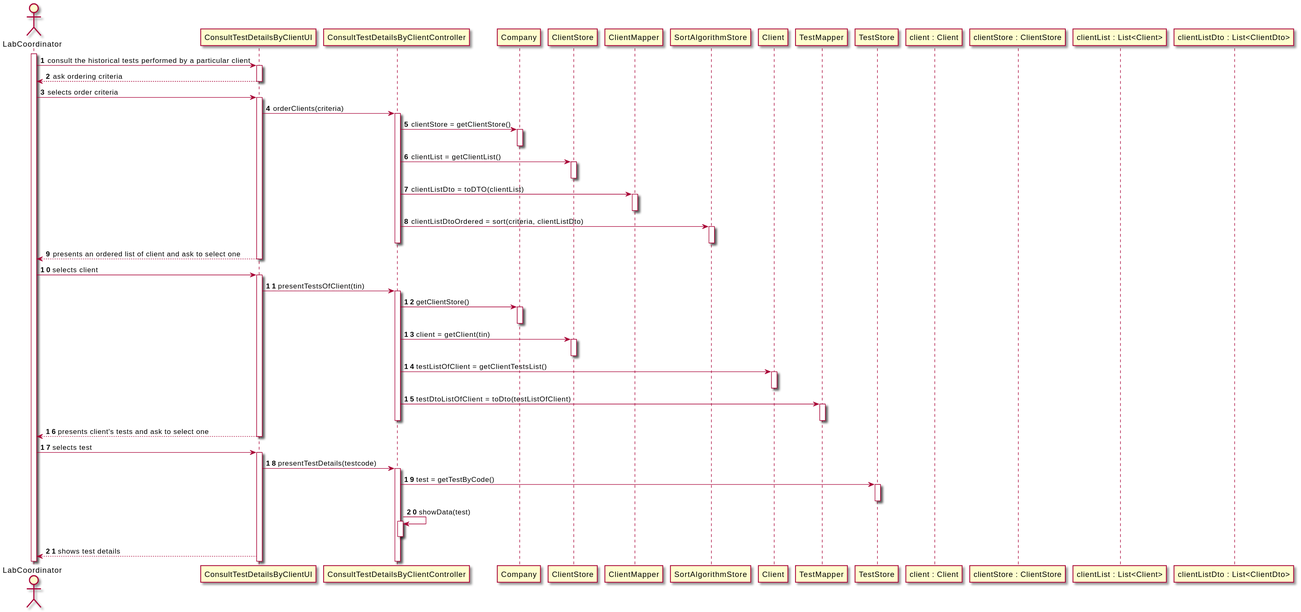
Before: docs/SprintD/US13/US13_SD.svg, a diagram exported from PlantUML (0franciscor/lei-21-s2-1de-g19).
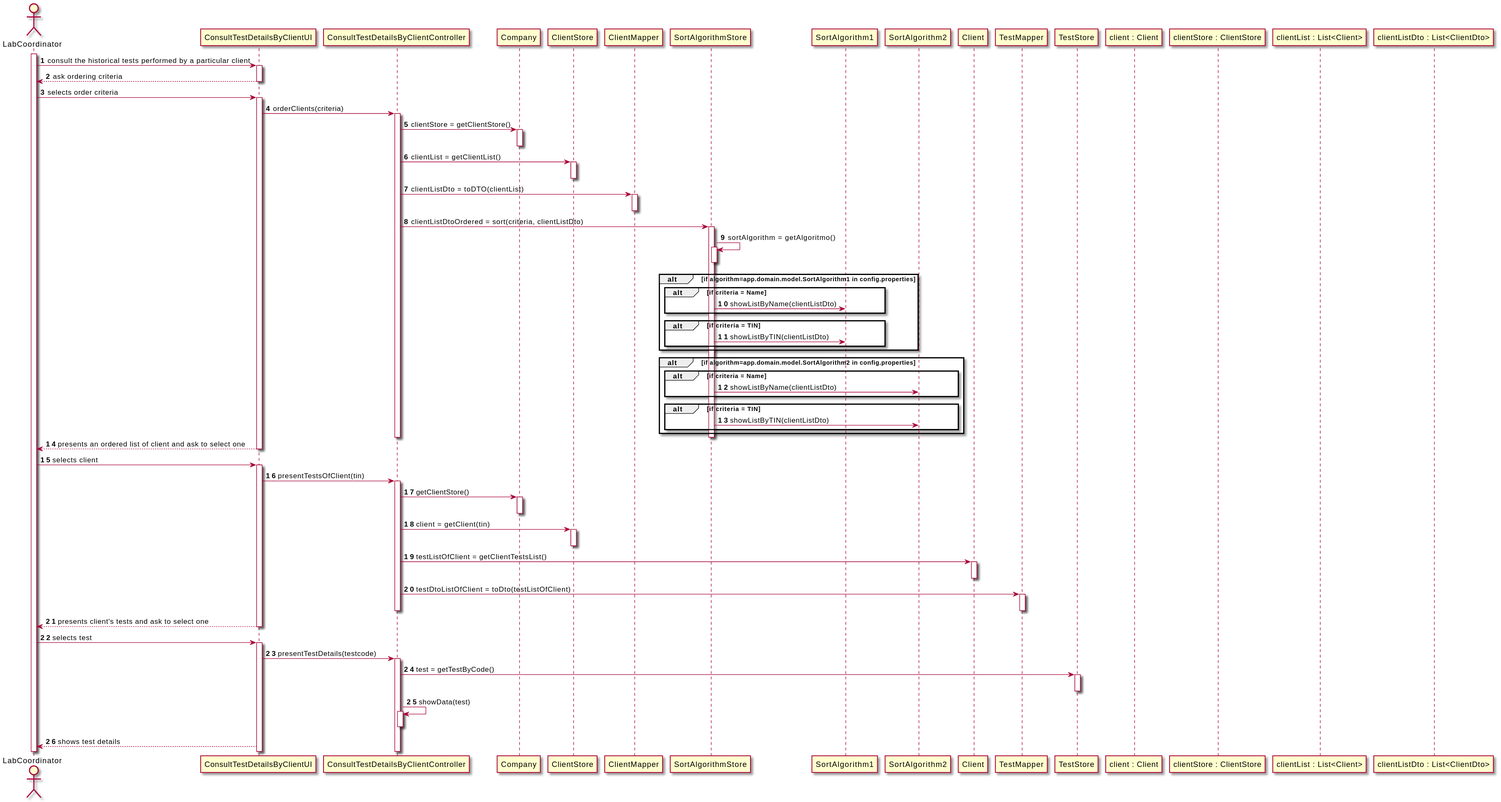
The same file after the commit.

Change to the diagram source:
```diff
@@ -10,6 +10,7 @@
 LB -> ConsultTestDetailsByClientUI : selects order criteria
 activate ConsultTestDetailsByClientUI
 ConsultTestDetailsByClientUI -> ConsultTestDetailsByClientController : orderClients(criteria)
+
 activate ConsultTestDetailsByClientController
 ConsultTestDetailsByClientController -> Company : clientStore = getClientStore()
 activate Company
@@ -20,7 +21,26 @@
 ConsultTestDetailsByClientController -> ClientMapper  : clientListDto = toDTO(clientList)
 activate ClientMapper
 deactivate ClientMapper
-ConsultTestDetailsByClientController -> SortAlgorithmStore : clientListDtoOrdered = sort(criteria, clientListDto)
+ConsultTestDetailsByClientController -> SortAlgorithmStore ++ : clientListDtoOrdered = sort(criteria, clientListDto)
+
+SortAlgorithmStore -> SortAlgorithmStore ++ : sortAlgorithm = getAlgoritmo()
+deactivate SortAlgorithmStore
+alt if algorithm=app.domain.model.SortAlgorithm1 in config.properties
+alt if criteria = Name
+SortAlgorithmStore -> SortAlgorithm1 : showListByName(clientListDto)
+end
+alt if criteria = TIN
+SortAlgorithmStore -> SortAlgorithm1 : showListByTIN(clientListDto)
+end
+end
+alt if algorithm=app.domain.model.SortAlgorithm2 in config.properties
+alt if criteria = Name
+SortAlgorithmStore -> SortAlgorithm2 : showListByName(clientListDto)
+end
+alt if criteria = TIN
+SortAlgorithmStore -> SortAlgorithm2 : showListByTIN(clientListDto)
+end
+end
 activate SortAlgorithmStore
 deactivate SortAlgorithmStore
 deactivate ConsultTestDetailsByClientController
```
